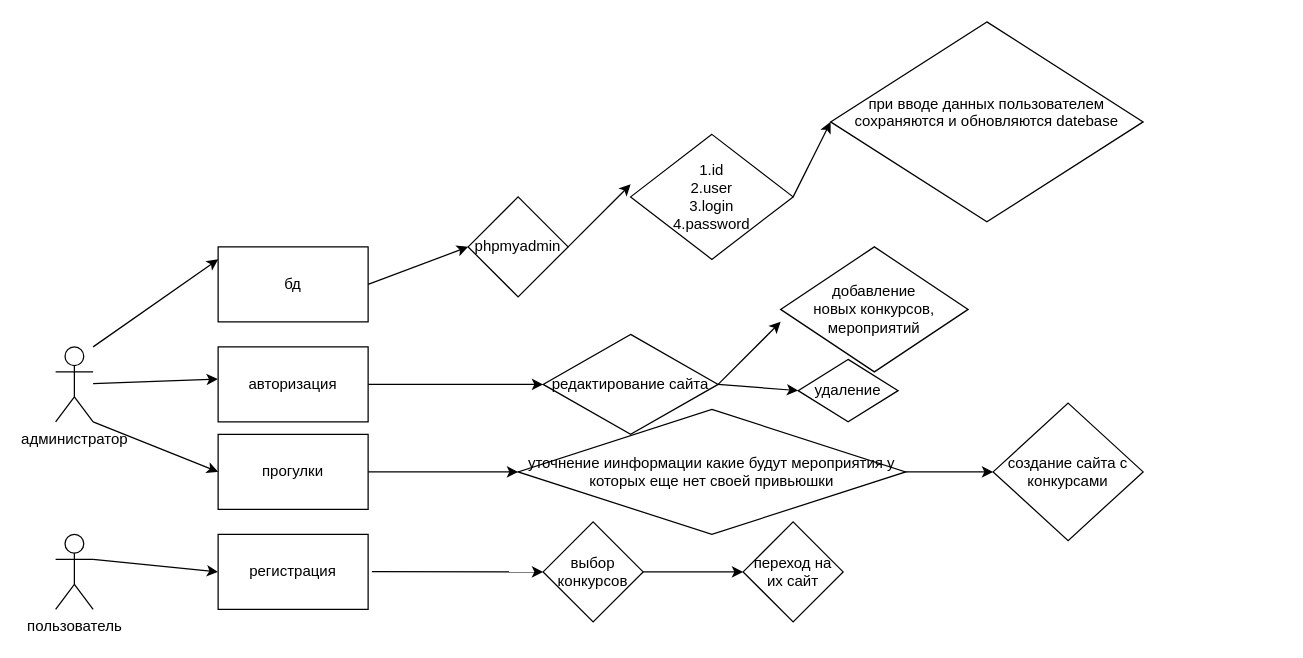
The draw.io diagram lbgkjv.drawio in Danila7926/Algoritmkukushkin, before the edit. Source tidied: cells renumbered, new cells numbered last; positions are measured from the earlier drawing's top-left corner, leaving out a move shared by most shapes. Both pictures are drawn from the tidied source at 125%, with x=0, y=0 at pixel (55, 21).
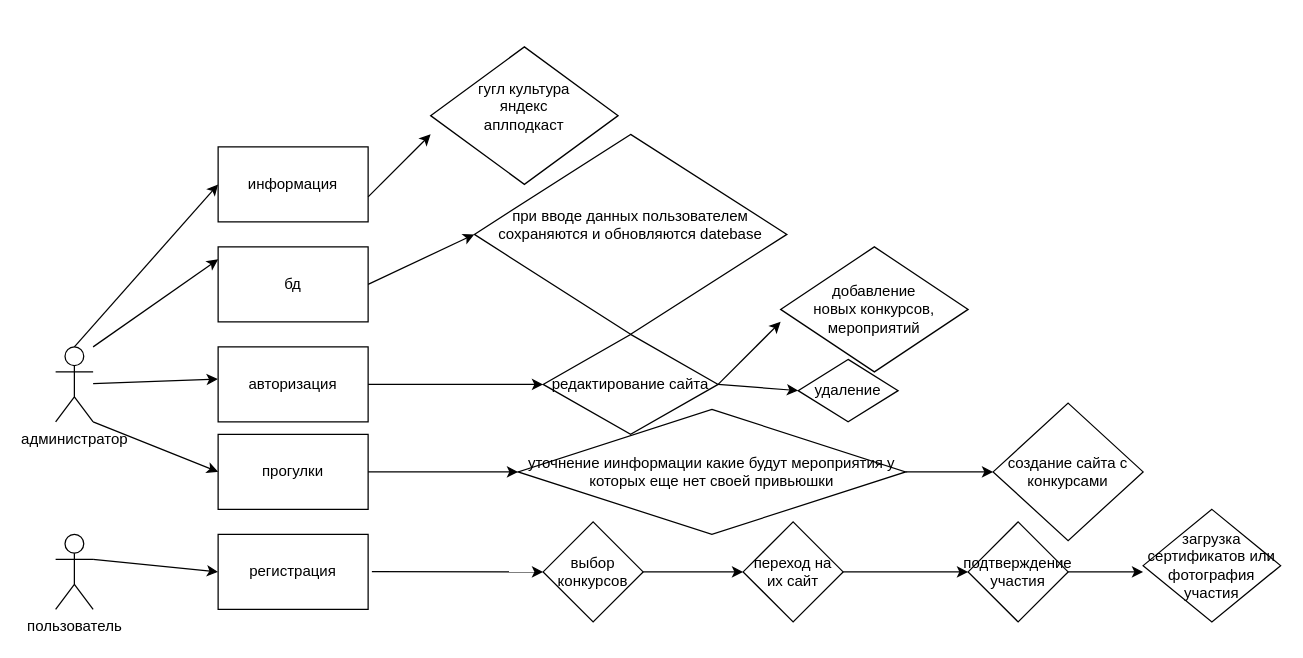
The same page after the edit.

The change refers to these unchanged cells:
```xml
<mxCell id="5" value="администратор" style="shape=umlActor;verticalLabelPosition=bottom;verticalAlign=top;html=1;outlineConnect=0;" parent="1" vertex="1">
  <mxGeometry y="260" width="30" height="60" as="geometry" />
</mxCell>
<mxCell id="17" value="бд" style="rounded=0;whiteSpace=wrap;html=1;" parent="1" vertex="1">
  <mxGeometry x="130" y="180" width="120" height="60" as="geometry" />
</mxCell>
<mxCell id="26" value="переход на их сайт" style="rhombus;whiteSpace=wrap;html=1;" parent="1" vertex="1">
  <mxGeometry x="550" y="400" width="80" height="80" as="geometry" />
</mxCell>
```

Change to the diagram source:
```diff
@@
-    <mxCell id="18" style="endArrow=classic;html=1;rounded=0;" parent="1" edge="1">
-      <mxGeometry relative="1" as="geometry">
-        <mxPoint x="250" y="210" as="sourcePoint" />
-        <mxPoint x="330" y="180" as="targetPoint" />
-      </mxGeometry>
-    </mxCell>
-    <mxCell id="19" value="phpmyadmin" style="rhombus;whiteSpace=wrap;html=1;" parent="1" vertex="1">
-      <mxGeometry x="330" y="140" width="80" height="80" as="geometry" />
-    </mxCell>
-    <mxCell id="20" style="endArrow=classic;html=1;rounded=0;" parent="1" edge="1">
-      <mxGeometry relative="1" as="geometry">
-        <mxPoint x="410" y="180" as="sourcePoint" />
-        <mxPoint x="460" y="130" as="targetPoint" />
-      </mxGeometry>
-    </mxCell>
-    <mxCell id="21" value="1.id&lt;div&gt;2.user&lt;/div&gt;&lt;div&gt;3.login&lt;/div&gt;&lt;div&gt;4.password&lt;/div&gt;" style="rhombus;whiteSpace=wrap;html=1;" parent="1" vertex="1">
-      <mxGeometry x="460" y="90" width="130" height="100" as="geometry" />
-    </mxCell>
     <mxCell id="22" value="при вводе данных пользователем&lt;div&gt;сохраняются и обновляются datebase&lt;/div&gt;&lt;div&gt;&lt;br&gt;&lt;/div&gt;" style="rhombus;whiteSpace=wrap;html=1;" parent="1" vertex="1">
-      <mxGeometry x="620" width="250" height="160" as="geometry" />
+      <mxGeometry x="335" y="90" width="250" height="160" as="geometry" />
     </mxCell>
-    <mxCell id="23" style="endArrow=classic;html=1;rounded=0;exitX=1;exitY=0.5;exitDx=0;exitDy=0;entryX=0;entryY=0.5;entryDx=0;entryDy=0;" parent="1" edge="1" source="21" target="22">
+    <mxCell id="23" style="endArrow=classic;html=1;rounded=0;exitX=1;exitY=0.5;exitDx=0;exitDy=0;entryX=0;entryY=0.5;entryDx=0;entryDy=0;" parent="1" edge="1" source="17" target="22">
       <mxGeometry relative="1" as="geometry" />
     </mxCell>
@@
+    <mxCell id="33" style="endArrow=classic;html=1;rounded=0;exitX=0.5;exitY=0;exitDx=0;exitDy=0;exitPerimeter=0;" parent="1" edge="1" source="5">
+      <mxGeometry relative="1" as="geometry">
+        <mxPoint x="130" y="130" as="targetPoint" />
+      </mxGeometry>
+    </mxCell>
+    <mxCell id="34" value="информация" style="rounded=0;whiteSpace=wrap;html=1;" parent="1" vertex="1">
+      <mxGeometry x="130" y="100" width="120" height="60" as="geometry" />
+    </mxCell>
+    <mxCell id="35" style="endArrow=classic;html=1;rounded=0;" parent="1" edge="1">
+      <mxGeometry relative="1" as="geometry">
+        <mxPoint x="250" y="140" as="sourcePoint" />
+        <mxPoint x="300" y="90" as="targetPoint" />
+      </mxGeometry>
+    </mxCell>
+    <mxCell id="36" style="endArrow=classic;html=1;rounded=0;exitX=1;exitY=0.5;exitDx=0;exitDy=0;" parent="1" edge="1" source="26">
+      <mxGeometry relative="1" as="geometry">
+        <mxPoint x="730" y="440" as="targetPoint" />
+      </mxGeometry>
+    </mxCell>
+    <mxCell id="37" value="подтверждение участия" style="rhombus;whiteSpace=wrap;html=1;" parent="1" vertex="1">
+      <mxGeometry x="730" y="400" width="80" height="80" as="geometry" />
+    </mxCell>
+    <mxCell id="38" style="endArrow=classic;html=1;rounded=0;exitX=1;exitY=0.5;exitDx=0;exitDy=0;" parent="1" edge="1" source="37">
+      <mxGeometry relative="1" as="geometry">
+        <mxPoint x="870" y="440" as="targetPoint" />
+      </mxGeometry>
+    </mxCell>
+    <mxCell id="39" value="загрузка сертификатов или фотография участия" style="rhombus;whiteSpace=wrap;html=1;" parent="1" vertex="1">
+      <mxGeometry x="870" y="390" width="110" height="90" as="geometry" />
+    </mxCell>
+    <mxCell id="40" value="гугл культура&lt;div&gt;яндекс&lt;/div&gt;&lt;div&gt;аплподкаст&lt;/div&gt;&lt;div&gt;&lt;br&gt;&lt;/div&gt;" style="rhombus;whiteSpace=wrap;html=1;" parent="1" vertex="1">
+      <mxGeometry x="300" y="20" width="150" height="110" as="geometry" />
+    </mxCell>
```
